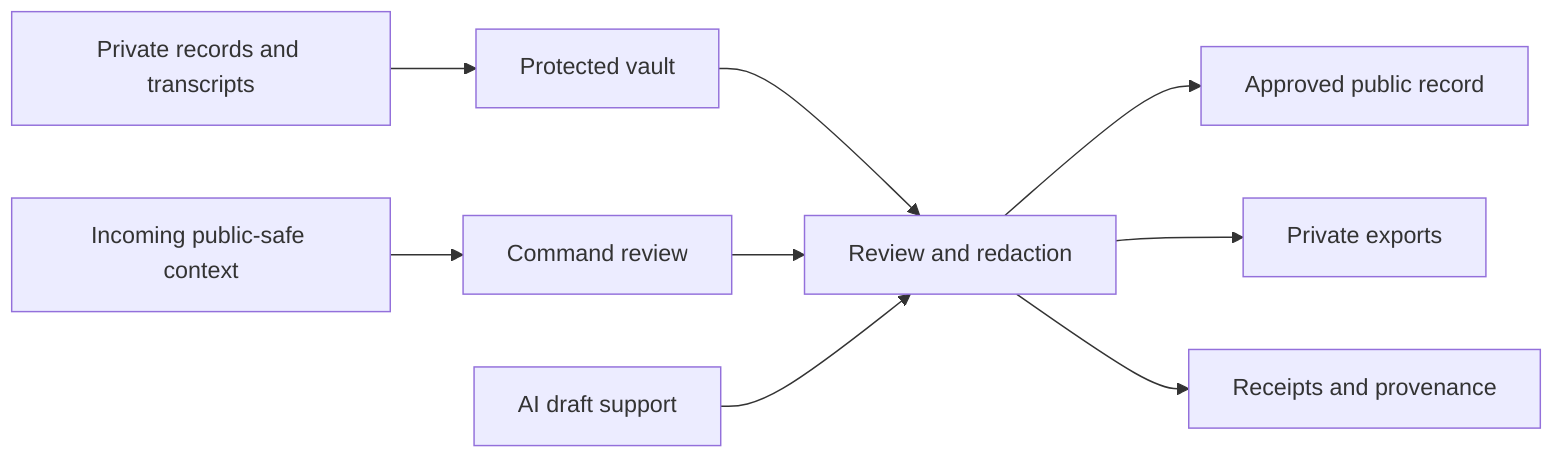
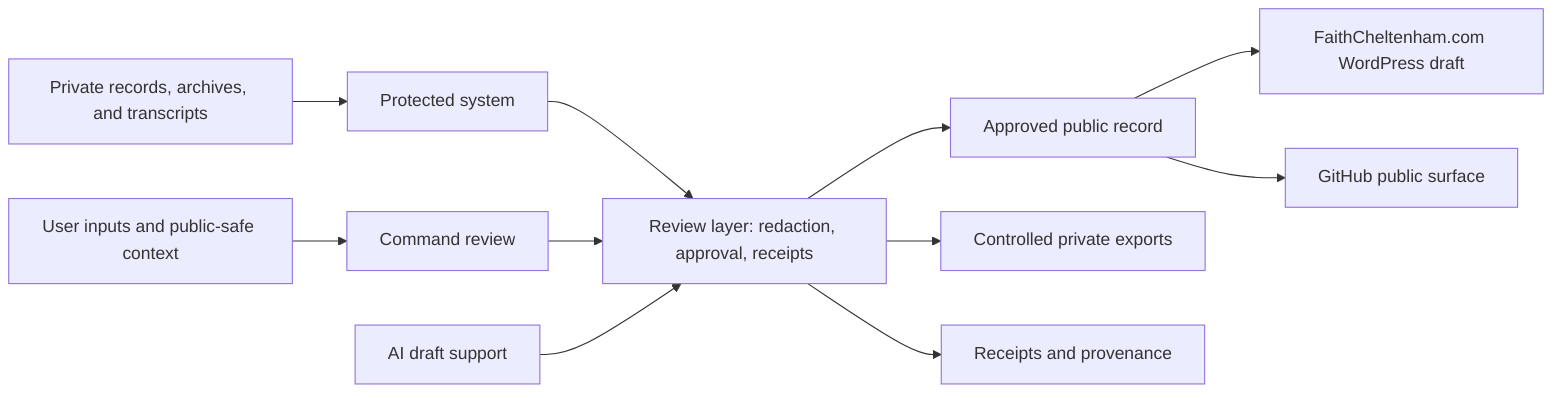
flowchart LR
-   A["Incoming public-safe context"] --> B["Command review"]
-   C["Private records and transcripts"] --> D["Protected vault"]
-   D --> E["Review and redaction"]
+   A["User inputs and public-safe context"] --> B["Command review"]
+   C["Private records, archives, and transcripts"] --> D["Protected system"]
+   D --> E["Review layer: redaction, approval, receipts"]
  B --> E
+   H["AI draft support"] --> E
  E --> F["Approved public record"]
-   E --> G["Private exports"]
-   H["AI draft support"] --> E
+   E --> G["Controlled private exports"]
  E --> I["Receipts and provenance"]
+   F --> W["FaithCheltenham.com WordPress draft"]
+   F --> R["GitHub public surface"]

